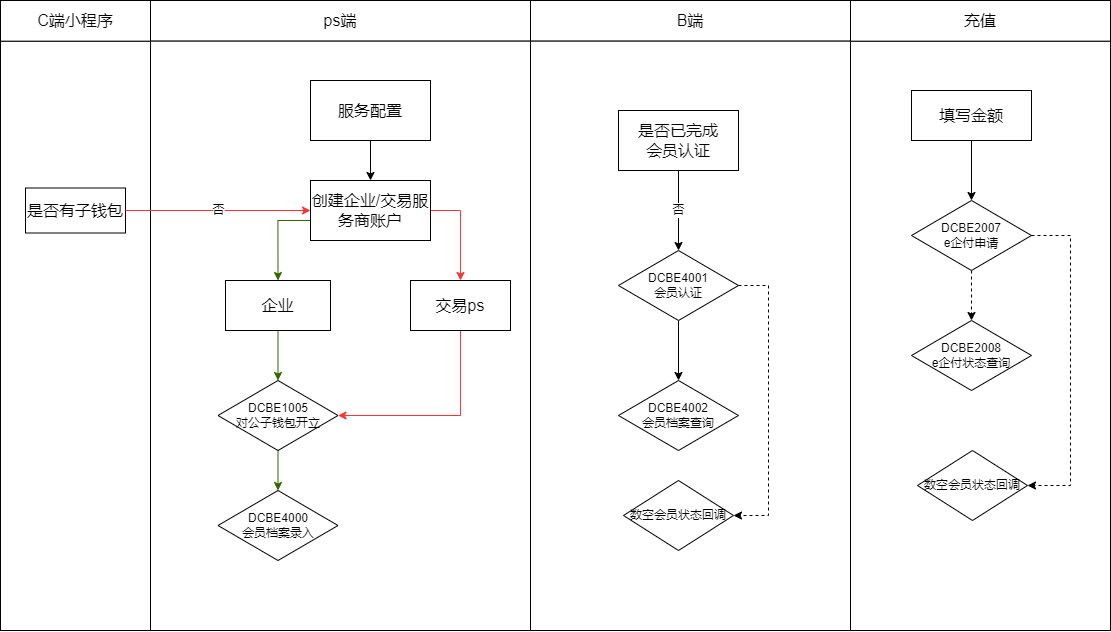
Earlier version of the draw.io export haohuo/好活智慧数币后端流程.drawio.png (talkzhang/drawio-cache). Source tidied: cells renumbered, new cells last; positions are measured from the earlier drawing's top-left corner, leaving out a move shared by most shapes.
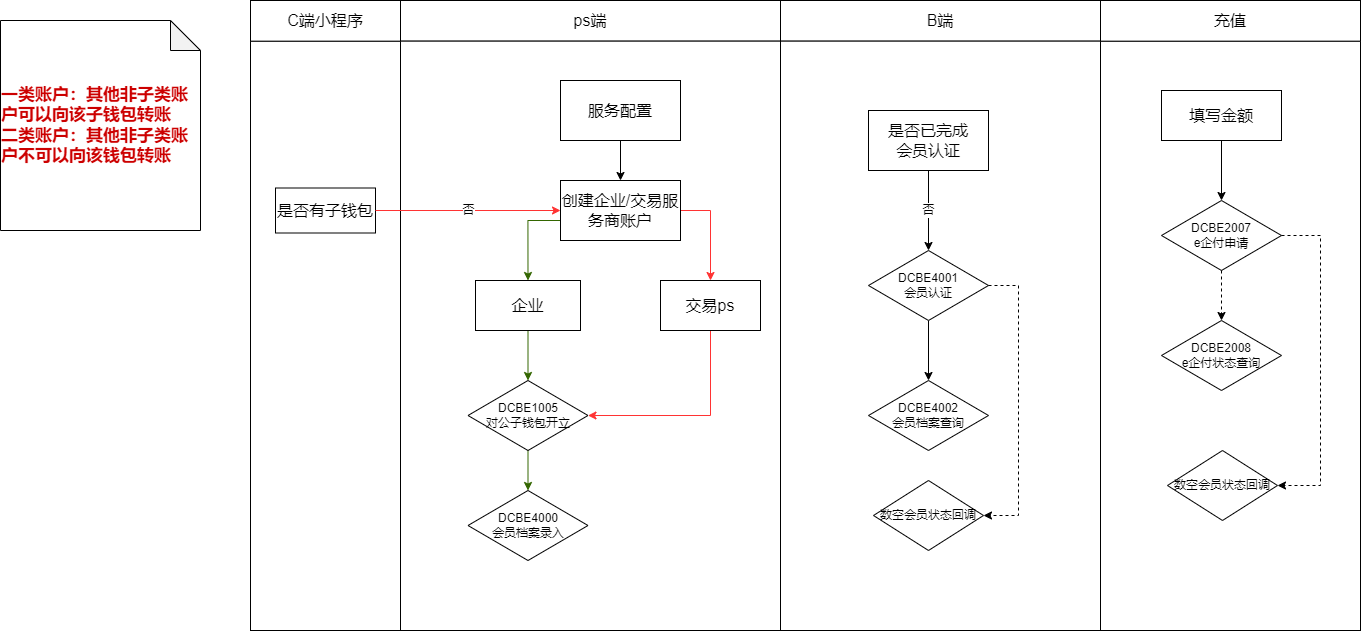
The same file after the commit.

Commit message:
更新好活智慧数币后端流程.drawio.png

What changed in the source:
```diff
@@ -147,5 +147,8 @@
         </Array>
       </mxGeometry>
     </mxCell>
+    <mxCell id="43" value="&lt;p style=&quot;line-height: 1.4;&quot;&gt;&lt;/p&gt;&lt;div style=&quot;text-align: left; font-size: 17px;&quot;&gt;&lt;span style=&quot;background-color: initial;&quot;&gt;&lt;font color=&quot;#cc0000&quot; style=&quot;font-size: 17px;&quot;&gt;&lt;b&gt;一类账户：其他非子类账户可以向该子钱包转账&lt;/b&gt;&lt;/font&gt;&lt;/span&gt;&lt;/div&gt;&lt;font color=&quot;#cc0000&quot; style=&quot;font-size: 17px;&quot;&gt;&lt;div style=&quot;text-align: left;&quot;&gt;&lt;span style=&quot;background-color: initial;&quot;&gt;&lt;b&gt;二类账户：其他非子类账户不可以向该钱包转账&lt;/b&gt;&lt;/span&gt;&lt;/div&gt;&lt;/font&gt;&lt;p&gt;&lt;/p&gt;" style="shape=note;whiteSpace=wrap;html=1;backgroundOutline=1;darkOpacity=0.05;" parent="1" vertex="1">
+      <mxGeometry x="-250" y="20" width="200" height="210" as="geometry" />
+    </mxCell>
   </root>
 </mxGraphModel>
```
